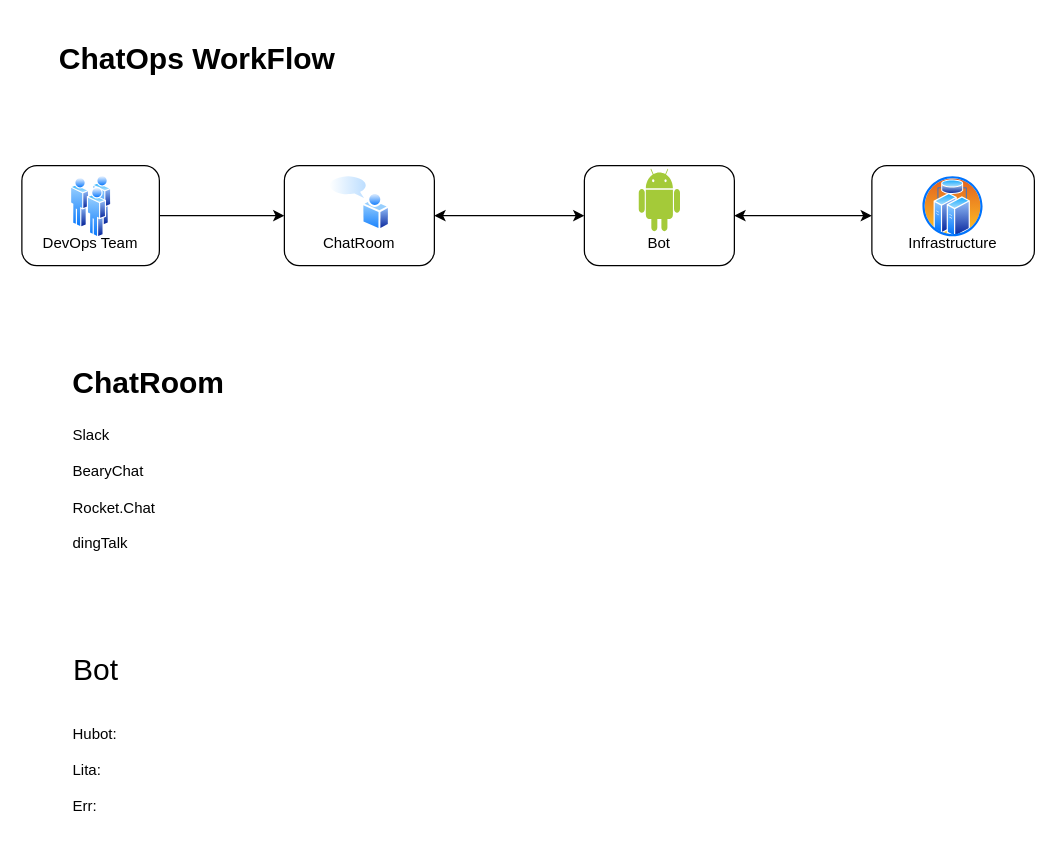
This is ChatOps.drawio from ceczh/diagrams, a draw.io file, before an edit. Source tidied: cells renumbered, new cells numbered last; positions are measured from the earlier drawing's top-left corner, leaving out a move shared by most shapes. Both pictures are drawn from the tidied source at 125%, with x=0, y=0 at pixel (21, 40).
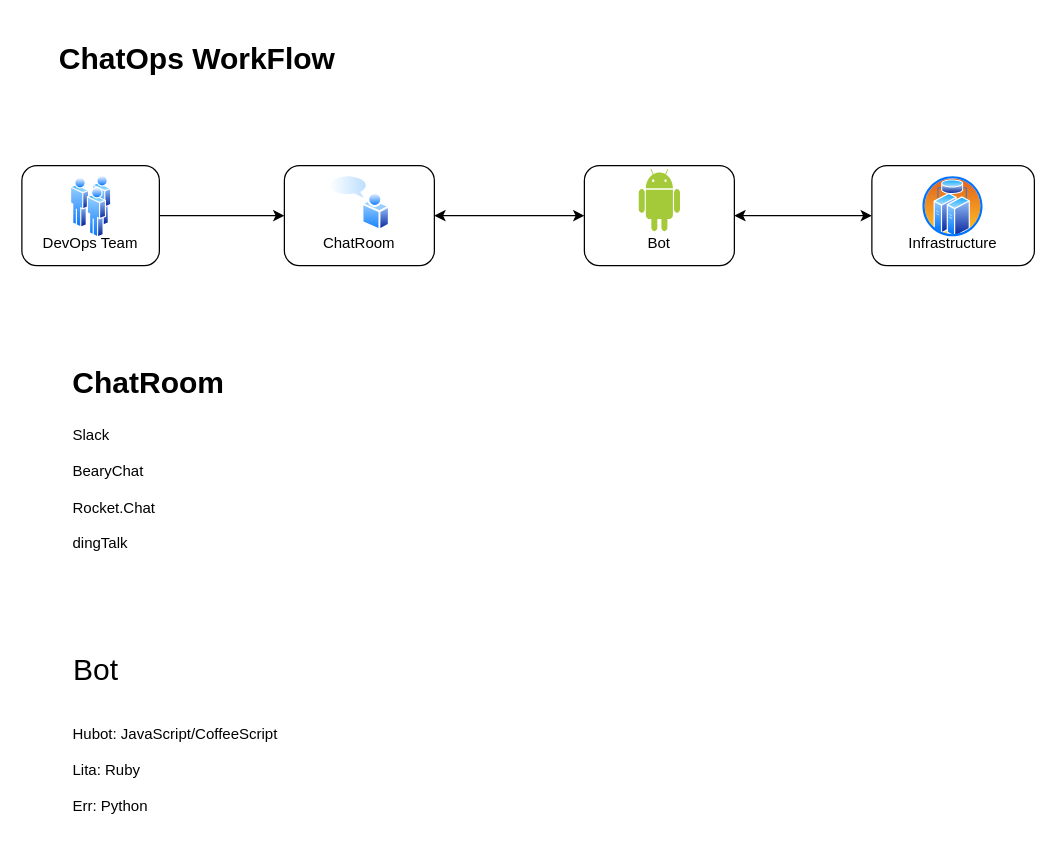
Above is the later version.

The edit, as a diff of the source:
```diff
@@
 <mxGraphModel>
   <root>
     <mxCell id="0" />
     <mxCell id="1" parent="0" />
     <mxCell id="2" style="edgeStyle=orthogonalEdgeStyle;rounded=0;jettySize=auto;html=1;" parent="1" edge="1" source="3" target="4">
       <mxGeometry relative="1" as="geometry" />
     </mxCell>
     <mxCell id="3" value="&lt;br&gt;&lt;br&gt;&lt;br&gt;DevOps Team" style="rounded=1;whiteSpace=wrap;html=1;fontSize=12;glass=0;strokeWidth=1;shadow=0;" parent="1" vertex="1">
       <mxGeometry y="100" width="110" height="80" as="geometry" />
     </mxCell>
     <mxCell id="4" value="&lt;br&gt;&lt;br&gt;&lt;br&gt;ChatRoom" style="rounded=1;whiteSpace=wrap;html=1;fontSize=12;glass=0;strokeWidth=1;shadow=0;" parent="1" vertex="1">
       <mxGeometry x="210" y="100" width="120" height="80" as="geometry" />
     </mxCell>
     <mxCell id="5" value="&lt;br&gt;&lt;br&gt;&lt;br&gt;Infrastructure" style="rounded=1;whiteSpace=wrap;html=1;fontSize=12;glass=0;strokeWidth=1;shadow=0;" parent="1" vertex="1">
       <mxGeometry x="680" y="100" width="130" height="80" as="geometry" />
     </mxCell>
     <mxCell id="6" value="&lt;br&gt;&lt;br&gt;&lt;br&gt;Bot" style="rounded=1;whiteSpace=wrap;html=1;fontSize=12;glass=0;strokeWidth=1;shadow=0;" parent="1" vertex="1">
       <mxGeometry x="450" y="100" width="120" height="80" as="geometry" />
     </mxCell>
     <mxCell id="7" style="endArrow=classic;startArrow=classic;html=1;rounded=0;entryX=0;entryY=0.5;entryDx=0;entryDy=0;" parent="1" edge="1" source="6" target="5">
       <mxGeometry relative="1" as="geometry" />
     </mxCell>
     <mxCell id="8" style="endArrow=classic;startArrow=classic;html=1;rounded=0;entryX=0;entryY=0.5;entryDx=0;entryDy=0;" parent="1" edge="1" source="4" target="6">
       <mxGeometry relative="1" as="geometry" />
     </mxCell>
     <mxCell id="9" value="&lt;h1&gt;&lt;font style=&quot;font-size: 24px;&quot;&gt;ChatOps WorkFlow&lt;/font&gt;&lt;/h1&gt;" style="text;html=1;strokeColor=none;fillColor=none;align=center;verticalAlign=middle;whiteSpace=wrap;rounded=0;" parent="1" vertex="1">
       <mxGeometry x="10" width="261" height="30" as="geometry" />
     </mxCell>
     <mxCell id="10" style="perimeter=ellipsePerimeter;html=1;align=center;shadow=0;dashed=0;spacingTop=3;image;image=img/lib/active_directory/community_discussion.svg;fontSize=24;" parent="1" vertex="1">
       <mxGeometry x="245" y="107.5" width="50" height="45" as="geometry" />
     </mxCell>
     <mxCell id="11" style="perimeter=ellipsePerimeter;html=1;align=center;shadow=0;dashed=0;spacingTop=3;image;image=img/lib/active_directory/users.svg;fontSize=24;" parent="1" vertex="1">
       <mxGeometry x="39" y="108" width="33" height="50" as="geometry" />
     </mxCell>
     <mxCell id="12" style="perimeter=ellipsePerimeter;html=1;align=center;shadow=0;dashed=0;spacingTop=3;image;image=img/lib/active_directory/cluster_server.svg;fontSize=24;" parent="1" vertex="1">
       <mxGeometry x="720" y="108" width="50" height="50" as="geometry" />
     </mxCell>
     <mxCell id="13" style="dashed=0;html=1;align=center;labelPosition=center;verticalLabelPosition=bottom;verticalAlign=top;shape=mxgraph.weblogos.android;fillColor=#A4CA39;strokeColor=none;fontSize=24;" parent="1" vertex="1">
       <mxGeometry x="493.5" y="102.5" width="33" height="50" as="geometry" />
     </mxCell>
     <mxCell id="14" value="&lt;h1&gt;&lt;font style=&quot;font-size: 24px;&quot;&gt;ChatRoom&lt;/font&gt;&lt;/h1&gt;" style="text;html=1;align=center;verticalAlign=middle;strokeColor=none;fillColor=none;fontSize=24;" parent="1" vertex="1">
       <mxGeometry x="31" y="200" width="140" height="130" as="geometry" />
     </mxCell>
     <mxCell id="15" value="&lt;font style=&quot;font-size: 12px;&quot;&gt;Slack&lt;br&gt;BearyChat&lt;br&gt;Rocket.Chat&lt;br&gt;dingTalk&lt;/font&gt;" style="text;html=1;strokeColor=none;fillColor=none;align=left;verticalAlign=middle;whiteSpace=wrap;rounded=0;fontSize=24;" parent="1" vertex="1">
       <mxGeometry x="39" y="300" width="82" height="110" as="geometry" />
     </mxCell>
     <mxCell id="16" value="&lt;h1&gt;&lt;span style=&quot;font-weight: 400;&quot;&gt;&lt;font style=&quot;font-size: 24px;&quot;&gt;Bot&lt;/font&gt;&lt;/span&gt;&lt;br&gt;&lt;/h1&gt;" style="text;html=1;align=center;verticalAlign=middle;strokeColor=none;fillColor=none;fontSize=24;" parent="1" vertex="1">
       <mxGeometry x="29" y="430" width="60" height="130" as="geometry" />
     </mxCell>
-    <mxCell id="17" value="&lt;font style=&quot;font-size: 12px;&quot;&gt;Hubot:&lt;br&gt;Lita:&lt;br&gt;Err:&lt;br&gt;&lt;/font&gt;" style="text;html=1;strokeColor=none;fillColor=none;align=left;verticalAlign=middle;whiteSpace=wrap;rounded=0;fontSize=24;" parent="1" vertex="1">
-      <mxGeometry x="39" y="540" width="72" height="80" as="geometry" />
+    <mxCell id="17" value="&lt;font style=&quot;font-size: 12px;&quot;&gt;Hubot: JavaScript/CoffeeScript&lt;br&gt;Lita: Ruby&lt;br&gt;Err: Python&lt;br&gt;&lt;/font&gt;" style="text;html=1;strokeColor=none;fillColor=none;align=left;verticalAlign=middle;whiteSpace=wrap;rounded=0;fontSize=24;" parent="1" vertex="1">
+      <mxGeometry x="39" y="540" width="232" height="80" as="geometry" />
     </mxCell>
   </root>
 </mxGraphModel>
```
